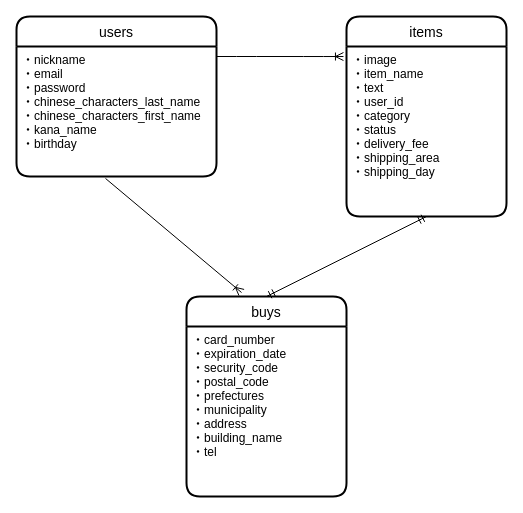
fumiyaaaaa/furima-31929 keeps this draw.io diagram as er.dio. Above is the earlier version. Source tidied: cells renumbered, new cells numbered last; positions are measured from the earlier drawing's top-left corner, leaving out a move shared by most shapes. Both pictures are drawn from the tidied source at 100%, with x=0, y=0 at pixel (16, 16).
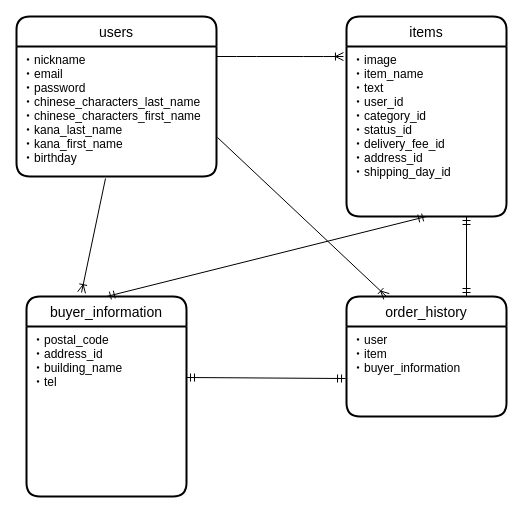
The same page after the edit.

Change to the diagram source:
```diff
@@
 <mxGraphModel>
   <root>
     <mxCell id="0" />
     <mxCell id="1" parent="0" />
     <mxCell id="2" value="users" style="swimlane;horizontal=1;startSize=30;rounded=1;fontSize=14;fontStyle=0;strokeWidth=2;shadow=0;dashed=0;align=center;" parent="1" vertex="1">
       <mxGeometry width="200" height="160" as="geometry" />
     </mxCell>
-    <mxCell id="3" value="・nickname&#10;・email&#10;・password&#10;・chinese_characters_last_name&#10;・chinese_characters_first_name&#10;・kana_name&#10;・birthday&#10;" style="align=left;strokeColor=none;fillColor=none;spacingLeft=4;fontSize=12;verticalAlign=top;" parent="2" vertex="1">
+    <mxCell id="3" value="・nickname&#10;・email&#10;・password&#10;・chinese_characters_last_name&#10;・chinese_characters_first_name&#10;・kana_last_name&#10;・kana_first_name&#10;・birthday&#10;" style="align=left;strokeColor=none;fillColor=none;spacingLeft=4;fontSize=12;verticalAlign=top;" parent="2" vertex="1">
       <mxGeometry y="30" width="200" height="130" as="geometry" />
     </mxCell>
     <mxCell id="4" value="items" style="swimlane;horizontal=1;startSize=30;rounded=1;fontSize=14;fontStyle=0;strokeWidth=2;shadow=0;dashed=0;align=center;" parent="1" vertex="1">
       <mxGeometry x="330" width="160" height="200" as="geometry" />
     </mxCell>
-    <mxCell id="5" value="・image&#10;・item_name&#10;・text&#10;・user_id&#10;・category&#10;・status&#10;・delivery_fee&#10;・shipping_area&#10;・shipping_day&#10;&#10;" style="align=left;strokeColor=none;fillColor=none;spacingLeft=4;fontSize=12;verticalAlign=top;" parent="4" vertex="1">
+    <mxCell id="5" value="・image&#10;・item_name&#10;・text&#10;・user_id&#10;・category_id&#10;・status_id&#10;・delivery_fee_id&#10;・address_id&#10;・shipping_day_id&#10;&#10;" style="align=left;strokeColor=none;fillColor=none;spacingLeft=4;fontSize=12;verticalAlign=top;" parent="4" vertex="1">
       <mxGeometry y="30" width="160" height="170" as="geometry" />
     </mxCell>
-    <mxCell id="6" value="buys" style="swimlane;horizontal=1;startSize=30;rounded=1;fontSize=14;fontStyle=0;strokeWidth=2;shadow=0;dashed=0;align=center;" parent="1" vertex="1">
-      <mxGeometry x="170" y="280" width="160" height="200" as="geometry" />
+    <mxCell id="6" value="buyer_information" style="swimlane;horizontal=1;startSize=30;rounded=1;fontSize=14;fontStyle=0;strokeWidth=2;shadow=0;dashed=0;align=center;" parent="1" vertex="1">
+      <mxGeometry x="10" y="280" width="160" height="200" as="geometry" />
     </mxCell>
-    <mxCell id="7" value="・card_number&#10;・expiration_date&#10;・security_code&#10;・postal_code&#10;・prefectures&#10;・municipality&#10;・address&#10;・building_name&#10;・tel&#10;" style="align=left;strokeColor=none;fillColor=none;spacingLeft=4;fontSize=12;verticalAlign=top;" parent="6" vertex="1">
+    <mxCell id="7" value="・postal_code&#10;・address_id&#10;・building_name&#10;・tel&#10;" style="align=left;strokeColor=none;fillColor=none;spacingLeft=4;fontSize=12;verticalAlign=top;" parent="6" vertex="1">
       <mxGeometry y="30" width="160" height="170" as="geometry" />
     </mxCell>
     <mxCell id="8" style="edgeStyle=entityRelationEdgeStyle;fontSize=12;html=1;endArrow=ERoneToMany;entryX=-0.019;entryY=0.059;entryDx=0;entryDy=0;entryPerimeter=0;exitX=1;exitY=0.077;exitDx=0;exitDy=0;exitPerimeter=0;" parent="1" edge="1" source="3" target="5">
       <mxGeometry relative="1" as="geometry" />
     </mxCell>
     <mxCell id="9" style="fontSize=12;html=1;endArrow=ERoneToMany;exitX=0.445;exitY=1.015;exitDx=0;exitDy=0;exitPerimeter=0;entryX=0.344;entryY=-0.02;entryDx=0;entryDy=0;entryPerimeter=0;" parent="1" edge="1" source="3" target="6">
       <mxGeometry relative="1" as="geometry" />
     </mxCell>
     <mxCell id="10" style="fontSize=12;html=1;endArrow=ERmandOne;startArrow=ERmandOne;entryX=0.5;entryY=1;entryDx=0;entryDy=0;exitX=0.5;exitY=0;exitDx=0;exitDy=0;" parent="1" edge="1" source="6" target="5">
       <mxGeometry relative="1" as="geometry" />
     </mxCell>
+    <mxCell id="11" value="order_history" style="swimlane;horizontal=1;startSize=30;rounded=1;fontSize=14;fontStyle=0;strokeWidth=2;shadow=0;dashed=0;align=center;" parent="1" vertex="1">
+      <mxGeometry x="330" y="280" width="160" height="120" as="geometry" />
+    </mxCell>
+    <mxCell id="12" value="・user&#10;・item&#10;・buyer_information&#10;" style="align=left;strokeColor=none;fillColor=none;spacingLeft=4;fontSize=12;verticalAlign=top;" parent="11" vertex="1">
+      <mxGeometry y="30" width="160" height="90" as="geometry" />
+    </mxCell>
+    <mxCell id="13" style="fontSize=12;html=1;endArrow=ERmandOne;startArrow=ERmandOne;entryX=0.75;entryY=1;entryDx=0;entryDy=0;exitX=0.75;exitY=0;exitDx=0;exitDy=0;" parent="1" edge="1" source="11" target="5">
+      <mxGeometry relative="1" as="geometry" />
+    </mxCell>
+    <mxCell id="14" style="fontSize=12;html=1;endArrow=ERmandOne;startArrow=ERmandOne;exitX=1;exitY=0.3;exitDx=0;exitDy=0;exitPerimeter=0;entryX=-0.006;entryY=0.578;entryDx=0;entryDy=0;entryPerimeter=0;" parent="1" edge="1" source="7" target="12">
+      <mxGeometry relative="1" as="geometry" />
+    </mxCell>
+    <mxCell id="15" style="fontSize=12;html=1;endArrow=ERoneToMany;exitX=1.005;exitY=0.7;exitDx=0;exitDy=0;exitPerimeter=0;entryX=0.25;entryY=0;entryDx=0;entryDy=0;" parent="1" edge="1" source="3" target="11">
+      <mxGeometry relative="1" as="geometry" />
+    </mxCell>
   </root>
 </mxGraphModel>
```
